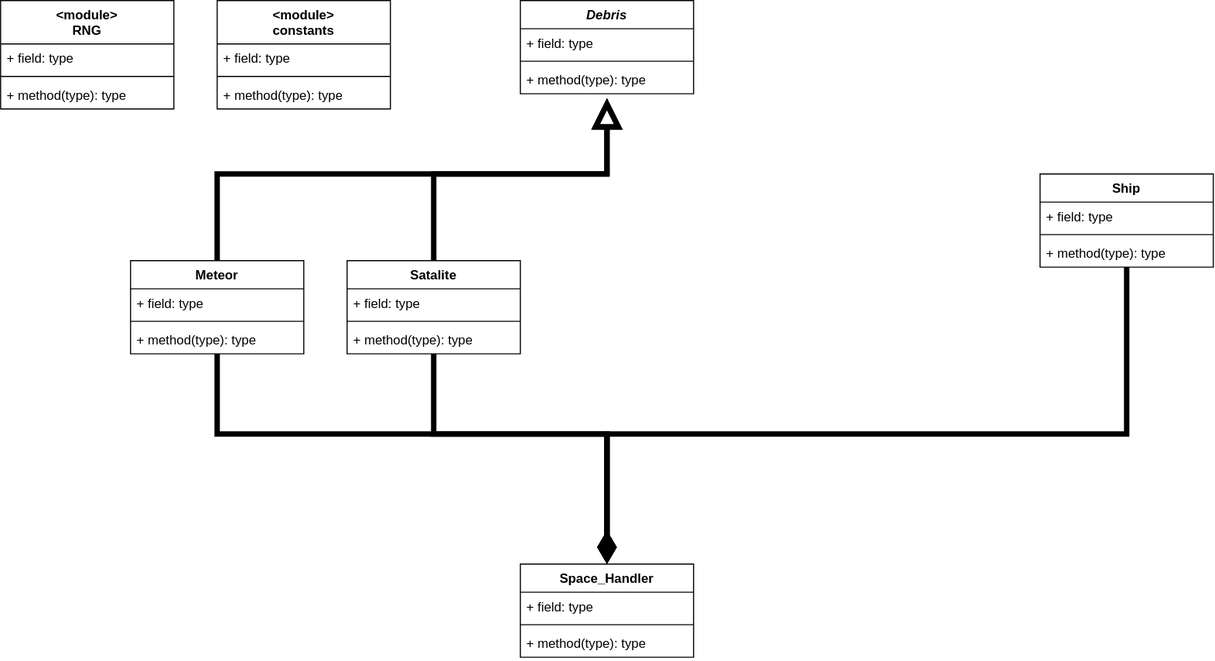
Earlier version of the draw.io export UML.drawio.svg (CodyPassino/Space-Janitor). Source tidied: cells renumbered, new cells last; positions are measured from the earlier drawing's top-left corner, leaving out a move shared by most shapes.
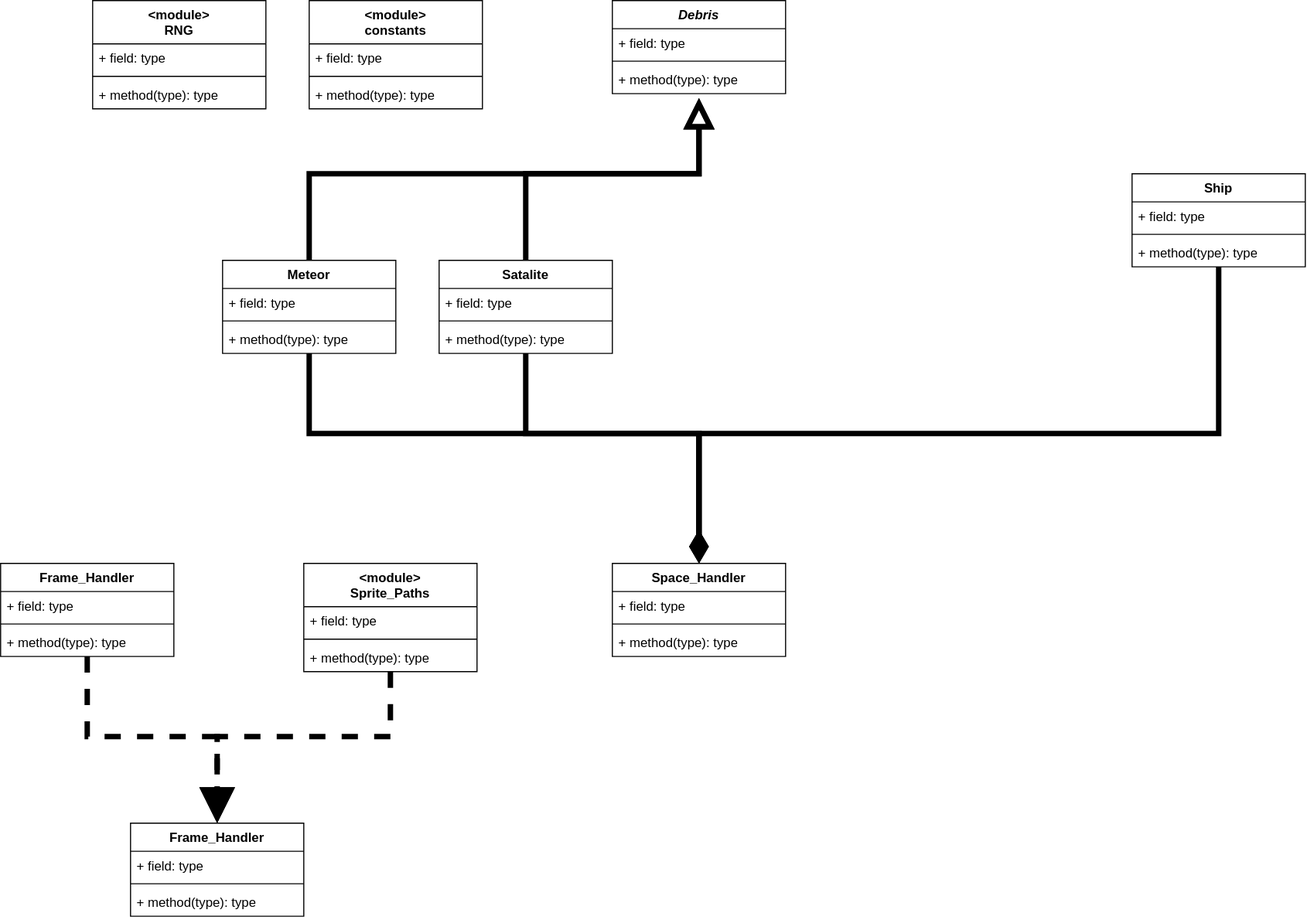
The same file after the commit.

Commit message:
add to uml, add meteor

The edit, as a diff of the source:
```diff
@@ -128,5 +128,57 @@
     <mxCell id="34" value="+ method(type): type" style="text;strokeColor=none;fillColor=none;align=left;verticalAlign=top;spacingLeft=4;spacingRight=4;overflow=hidden;whiteSpace=wrap;html=1;" parent="31" vertex="1">
       <mxGeometry y="74" width="160" height="26" as="geometry" />
     </mxCell>
+    <mxCell id="35" style="edgeStyle=orthogonalEdgeStyle;shape=connector;curved=0;rounded=0;jumpStyle=none;jumpSize=6;html=1;entryX=0.5;entryY=0;entryDx=0;entryDy=0;dashed=1;strokeColor=default;strokeWidth=5;align=center;verticalAlign=middle;fontFamily=Helvetica;fontSize=11;fontColor=default;labelBackgroundColor=default;startSize=0;endArrow=block;endFill=1;endSize=20;" parent="1" edge="1" source="36" target="40">
+      <mxGeometry relative="1" as="geometry">
+        <Array as="points">
+          <mxPoint x="275" y="680" />
+          <mxPoint x="115" y="680" />
+        </Array>
+      </mxGeometry>
+    </mxCell>
+    <mxCell id="36" value="&lt;div&gt;&amp;lt;module&amp;gt;&lt;/div&gt;Sprite_Paths" style="swimlane;fontStyle=1;align=center;verticalAlign=top;horizontal=1;startSize=40;whiteSpace=wrap;html=1;" parent="1" vertex="1">
+      <mxGeometry x="195" y="520" width="160" height="100" as="geometry" />
+    </mxCell>
+    <mxCell id="37" value="+ field: type" style="text;strokeColor=none;fillColor=none;align=left;verticalAlign=top;spacingLeft=4;spacingRight=4;overflow=hidden;whiteSpace=wrap;html=1;" parent="36" vertex="1">
+      <mxGeometry y="40" width="160" height="26" as="geometry" />
+    </mxCell>
+    <mxCell id="38" style="line;strokeWidth=1;fillColor=none;align=left;verticalAlign=middle;spacingTop=-1;spacingLeft=3;spacingRight=3;labelPosition=right;strokeColor=inherit;labelPerimeter=1;" parent="36" vertex="1">
+      <mxGeometry y="66" width="160" height="8" as="geometry" />
+    </mxCell>
+    <mxCell id="39" value="+ method(type): type" style="text;strokeColor=none;fillColor=none;align=left;verticalAlign=top;spacingLeft=4;spacingRight=4;overflow=hidden;whiteSpace=wrap;html=1;" parent="36" vertex="1">
+      <mxGeometry y="74" width="160" height="26" as="geometry" />
+    </mxCell>
+    <mxCell id="40" value="Frame_Handler" style="swimlane;fontStyle=1;align=center;verticalAlign=top;horizontal=1;startSize=26;whiteSpace=wrap;html=1;" parent="1" vertex="1">
+      <mxGeometry x="35" y="760" width="160" height="86" as="geometry" />
+    </mxCell>
+    <mxCell id="41" value="+ field: type" style="text;strokeColor=none;fillColor=none;align=left;verticalAlign=top;spacingLeft=4;spacingRight=4;overflow=hidden;whiteSpace=wrap;html=1;" parent="40" vertex="1">
+      <mxGeometry y="26" width="160" height="26" as="geometry" />
+    </mxCell>
+    <mxCell id="42" style="line;strokeWidth=1;fillColor=none;align=left;verticalAlign=middle;spacingTop=-1;spacingLeft=3;spacingRight=3;labelPosition=right;strokeColor=inherit;labelPerimeter=1;" parent="40" vertex="1">
+      <mxGeometry y="52" width="160" height="8" as="geometry" />
+    </mxCell>
+    <mxCell id="43" value="+ method(type): type" style="text;strokeColor=none;fillColor=none;align=left;verticalAlign=top;spacingLeft=4;spacingRight=4;overflow=hidden;whiteSpace=wrap;html=1;" parent="40" vertex="1">
+      <mxGeometry y="60" width="160" height="26" as="geometry" />
+    </mxCell>
+    <mxCell id="44" style="edgeStyle=orthogonalEdgeStyle;shape=connector;curved=0;rounded=0;jumpStyle=none;jumpSize=6;html=1;entryX=0.5;entryY=0;entryDx=0;entryDy=0;dashed=1;strokeColor=default;strokeWidth=5;align=center;verticalAlign=middle;fontFamily=Helvetica;fontSize=11;fontColor=default;labelBackgroundColor=default;startSize=0;endArrow=block;endFill=1;endSize=20;" parent="1" edge="1" source="45" target="40">
+      <mxGeometry relative="1" as="geometry">
+        <Array as="points">
+          <mxPoint x="-5" y="680" />
+          <mxPoint x="115" y="680" />
+        </Array>
+      </mxGeometry>
+    </mxCell>
+    <mxCell id="45" value="Frame_Handler" style="swimlane;fontStyle=1;align=center;verticalAlign=top;horizontal=1;startSize=26;whiteSpace=wrap;html=1;" parent="1" vertex="1">
+      <mxGeometry x="-85" y="520" width="160" height="86" as="geometry" />
+    </mxCell>
+    <mxCell id="46" value="+ field: type" style="text;strokeColor=none;fillColor=none;align=left;verticalAlign=top;spacingLeft=4;spacingRight=4;overflow=hidden;whiteSpace=wrap;html=1;" parent="45" vertex="1">
+      <mxGeometry y="26" width="160" height="26" as="geometry" />
+    </mxCell>
+    <mxCell id="47" style="line;strokeWidth=1;fillColor=none;align=left;verticalAlign=middle;spacingTop=-1;spacingLeft=3;spacingRight=3;labelPosition=right;strokeColor=inherit;labelPerimeter=1;" parent="45" vertex="1">
+      <mxGeometry y="52" width="160" height="8" as="geometry" />
+    </mxCell>
+    <mxCell id="48" value="+ method(type): type" style="text;strokeColor=none;fillColor=none;align=left;verticalAlign=top;spacingLeft=4;spacingRight=4;overflow=hidden;whiteSpace=wrap;html=1;" parent="45" vertex="1">
+      <mxGeometry y="60" width="160" height="26" as="geometry" />
+    </mxCell>
   </root>
 </mxGraphModel>
```
